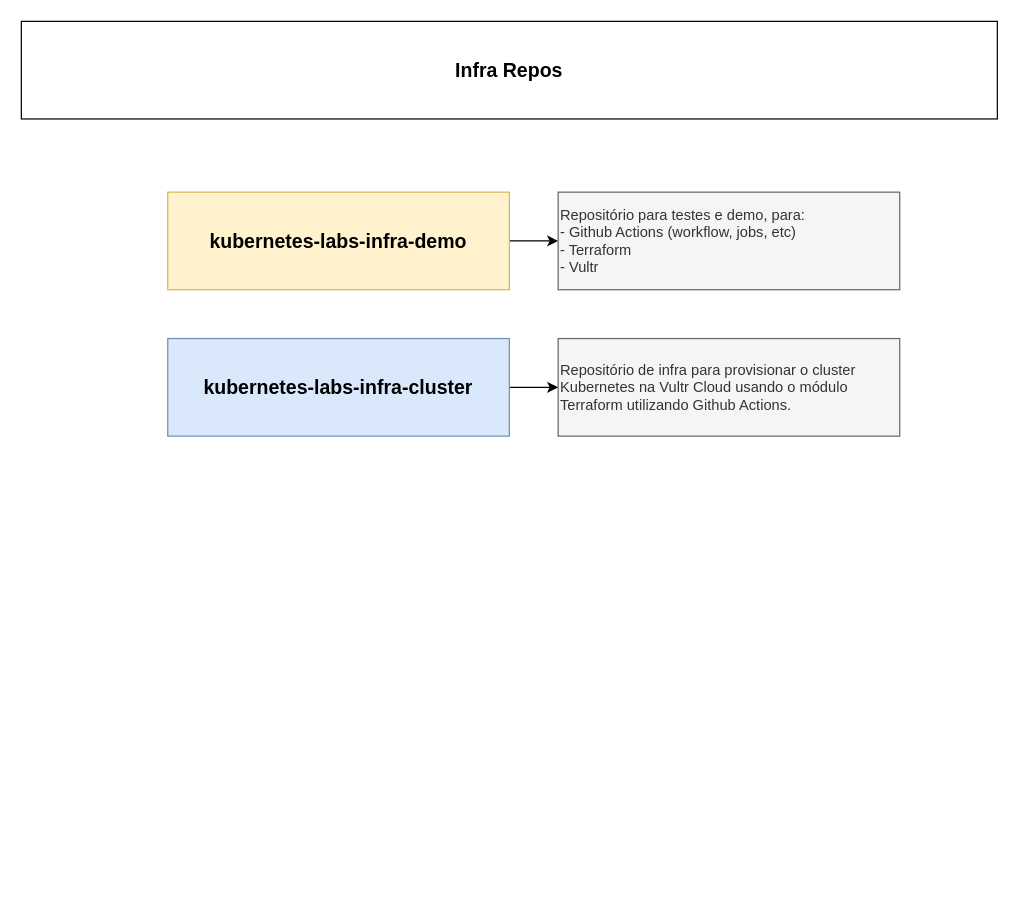
Earlier version of the draw.io diagram page "repos" (2 of 4) of drawio/arquitetura.drawio (jhegner/kubernetes-labs). Source tidied: cells renumbered, new cells numbered last; positions are measured from the earlier drawing's top-left corner, leaving out a move shared by most shapes. Both pictures are drawn from the tidied source at 122%, with x=0, y=0 at pixel (21, 21).
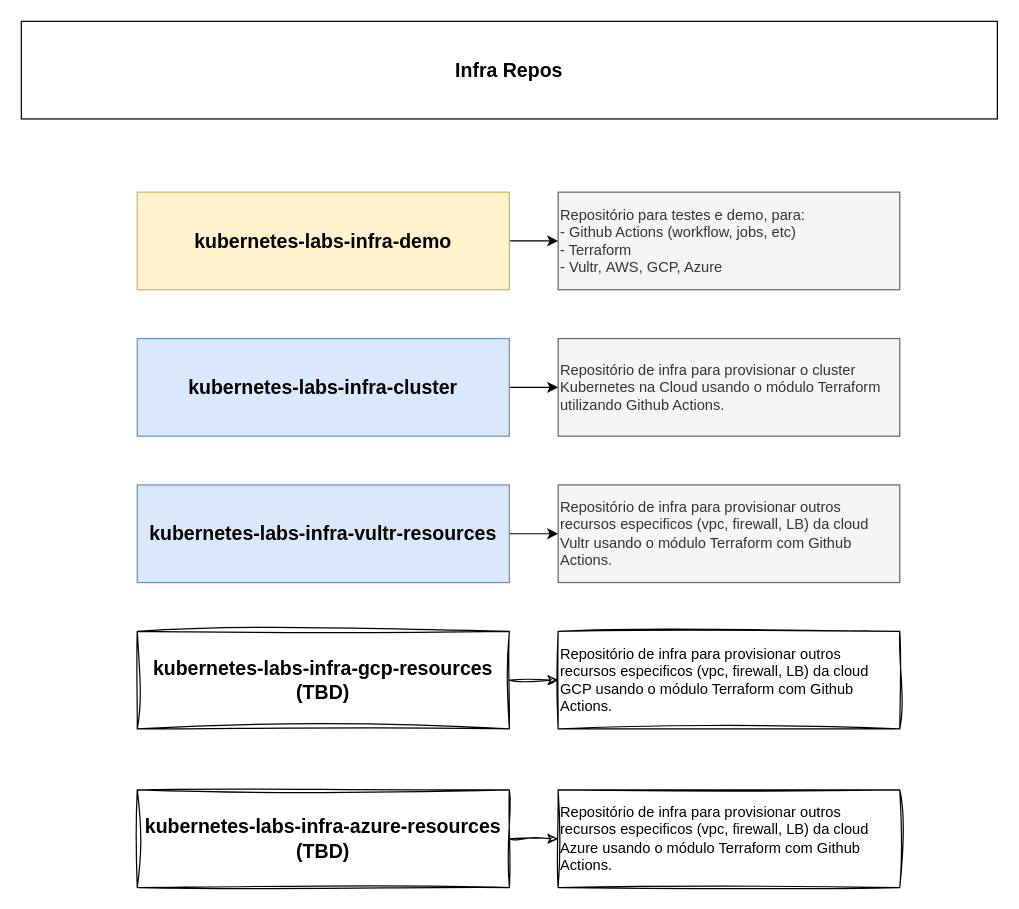
Above is the later version.

The edit, as a diff of the source:
```diff
@@
 <mxGraphModel>
   <root>
     <mxCell id="0" />
     <mxCell id="1" parent="0" />
     <mxCell id="2" value="&lt;span style=&quot;font-size: 16px; font-weight: 700; text-wrap-mode: nowrap; font-style: normal;&quot;&gt;Infra Repos&lt;/span&gt;" style="whiteSpace=wrap;html=1;fontStyle=2;" parent="1" vertex="1">
       <mxGeometry width="800" height="80" as="geometry" />
     </mxCell>
     <mxCell id="3" style="edgeStyle=orthogonalEdgeStyle;rounded=0;jettySize=auto;html=1;" parent="1" edge="1" source="4" target="7">
       <mxGeometry relative="1" as="geometry" />
     </mxCell>
     <mxCell id="4" value="&lt;span style=&quot;font-size: 16px; text-wrap-mode: nowrap;&quot;&gt;&lt;b&gt;kubernetes-labs-infra-demo&lt;/b&gt;&lt;/span&gt;" style="whiteSpace=wrap;html=1;fillColor=#fff2cc;strokeColor=#d6b656;" parent="1" vertex="1">
-      <mxGeometry x="120" y="140" width="280" height="80" as="geometry" />
+      <mxGeometry x="95" y="140" width="305" height="80" as="geometry" />
     </mxCell>
     <mxCell id="5" style="edgeStyle=orthogonalEdgeStyle;rounded=0;jettySize=auto;html=1;" parent="1" edge="1" source="6" target="8">
       <mxGeometry relative="1" as="geometry" />
     </mxCell>
     <mxCell id="6" value="&lt;span style=&quot;font-size: 16px; text-wrap-mode: nowrap;&quot;&gt;&lt;b&gt;&lt;span style=&quot;font-style: normal;&quot;&gt;kubernetes-labs-infra-cluster&lt;/span&gt;&lt;/b&gt;&lt;/span&gt;" style="whiteSpace=wrap;html=1;fontStyle=2;fillColor=#dae8fc;strokeColor=#6c8ebf;" parent="1" vertex="1">
-      <mxGeometry x="120" y="260" width="280" height="80" as="geometry" />
+      <mxGeometry x="95" y="260" width="305" height="80" as="geometry" />
     </mxCell>
-    <mxCell id="7" value="Repositório para testes e demo, para:&lt;br&gt;- Github Actions (workflow, jobs, etc)&lt;br&gt;- Terraform&lt;br&gt;- Vultr" style="whiteSpace=wrap;html=1;align=left;verticalAlign=middle;fillColor=#f5f5f5;strokeColor=#666666;fontColor=#333333;" parent="1" vertex="1">
+    <mxCell id="7" value="Repositório para testes e demo, para:&lt;br&gt;- Github Actions (workflow, jobs, etc)&lt;br&gt;- Terraform&lt;br&gt;- Vultr,&amp;nbsp;&lt;span style=&quot;background-color: transparent; color: light-dark(rgb(51, 51, 51), rgb(193, 193, 193));&quot;&gt;AWS, GCP, Azure&lt;/span&gt;" style="whiteSpace=wrap;html=1;align=left;verticalAlign=middle;fillColor=#f5f5f5;strokeColor=#666666;fontColor=#333333;" parent="1" vertex="1">
       <mxGeometry x="440" y="140" width="280" height="80" as="geometry" />
     </mxCell>
-    <mxCell id="8" value="Repositório de infra para provisionar o cluster Kubernetes na Vultr Cloud usando o módulo Terraform utilizando Github Actions." style="whiteSpace=wrap;html=1;align=left;verticalAlign=middle;fillColor=#f5f5f5;strokeColor=#666666;fontColor=#333333;" parent="1" vertex="1">
+    <mxCell id="8" value="Repositório de infra para provisionar o cluster Kubernetes na Cloud usando o módulo Terraform utilizando Github Actions." style="whiteSpace=wrap;html=1;align=left;verticalAlign=middle;fillColor=#f5f5f5;strokeColor=#666666;fontColor=#333333;" parent="1" vertex="1">
       <mxGeometry x="440" y="260" width="280" height="80" as="geometry" />
     </mxCell>
+    <mxCell id="9" style="edgeStyle=orthogonalEdgeStyle;rounded=0;jettySize=auto;html=1;" parent="1" edge="1" source="10" target="11">
+      <mxGeometry relative="1" as="geometry" />
+    </mxCell>
+    <mxCell id="10" value="&lt;span style=&quot;font-size: 16px; text-wrap-mode: nowrap;&quot;&gt;&lt;b&gt;&lt;span style=&quot;font-style: normal;&quot;&gt;kubernetes-labs-infra-vultr-resources&lt;/span&gt;&lt;/b&gt;&lt;/span&gt;" style="whiteSpace=wrap;html=1;fontStyle=2;fillColor=#dae8fc;strokeColor=#6c8ebf;" parent="1" vertex="1">
+      <mxGeometry x="95" y="380" width="305" height="80" as="geometry" />
+    </mxCell>
+    <mxCell id="11" value="Repositório de infra para provisionar outros recursos especificos (vpc, firewall, LB) da cloud Vultr usando o módulo Terraform com Github Actions." style="whiteSpace=wrap;html=1;align=left;verticalAlign=middle;fillColor=#f5f5f5;strokeColor=#666666;fontColor=#333333;" parent="1" vertex="1">
+      <mxGeometry x="440" y="380" width="280" height="80" as="geometry" />
+    </mxCell>
+    <mxCell id="12" style="edgeStyle=orthogonalEdgeStyle;rounded=0;jettySize=auto;html=1;fillColor=none;shadow=0;sketch=1;curveFitting=1;jiggle=2;" parent="1" edge="1" source="13" target="14">
+      <mxGeometry relative="1" as="geometry" />
+    </mxCell>
+    <mxCell id="13" value="&lt;span style=&quot;font-size: 16px; text-wrap-mode: nowrap;&quot;&gt;&lt;b&gt;&lt;span style=&quot;font-style: normal;&quot;&gt;kubernetes-labs-infra-gcp-resources&lt;br&gt;(TBD)&lt;/span&gt;&lt;/b&gt;&lt;/span&gt;" style="whiteSpace=wrap;html=1;fontStyle=2;fillColor=none;shadow=0;sketch=1;curveFitting=1;jiggle=2;" parent="1" vertex="1">
+      <mxGeometry x="95" y="500" width="305" height="80" as="geometry" />
+    </mxCell>
+    <mxCell id="14" value="Repositório de infra para provisionar outros recursos especificos (vpc, firewall, LB) da cloud GCP usando o módulo Terraform com Github Actions." style="whiteSpace=wrap;html=1;align=left;verticalAlign=middle;fillColor=none;shadow=0;sketch=1;curveFitting=1;jiggle=2;" parent="1" vertex="1">
+      <mxGeometry x="440" y="500" width="280" height="80" as="geometry" />
+    </mxCell>
+    <mxCell id="15" style="edgeStyle=orthogonalEdgeStyle;rounded=0;jettySize=auto;html=1;fillColor=none;shadow=0;sketch=1;curveFitting=1;jiggle=2;" parent="1" edge="1" source="16" target="17">
+      <mxGeometry relative="1" as="geometry" />
+    </mxCell>
+    <mxCell id="16" value="&lt;span style=&quot;font-size: 16px; text-wrap-mode: nowrap;&quot;&gt;&lt;b&gt;&lt;span style=&quot;font-style: normal;&quot;&gt;kubernetes-labs-infra-azure-resources&lt;br&gt;(TBD)&lt;/span&gt;&lt;/b&gt;&lt;/span&gt;" style="whiteSpace=wrap;html=1;fontStyle=2;fillColor=none;shadow=0;sketch=1;curveFitting=1;jiggle=2;" parent="1" vertex="1">
+      <mxGeometry x="95" y="630" width="305" height="80" as="geometry" />
+    </mxCell>
+    <mxCell id="17" value="Repositório de infra para provisionar outros recursos especificos (vpc, firewall, LB) da cloud Azure usando o módulo Terraform com Github Actions." style="whiteSpace=wrap;html=1;align=left;verticalAlign=middle;fillColor=none;shadow=0;sketch=1;curveFitting=1;jiggle=2;" parent="1" vertex="1">
+      <mxGeometry x="440" y="630" width="280" height="80" as="geometry" />
+    </mxCell>
   </root>
 </mxGraphModel>
```
